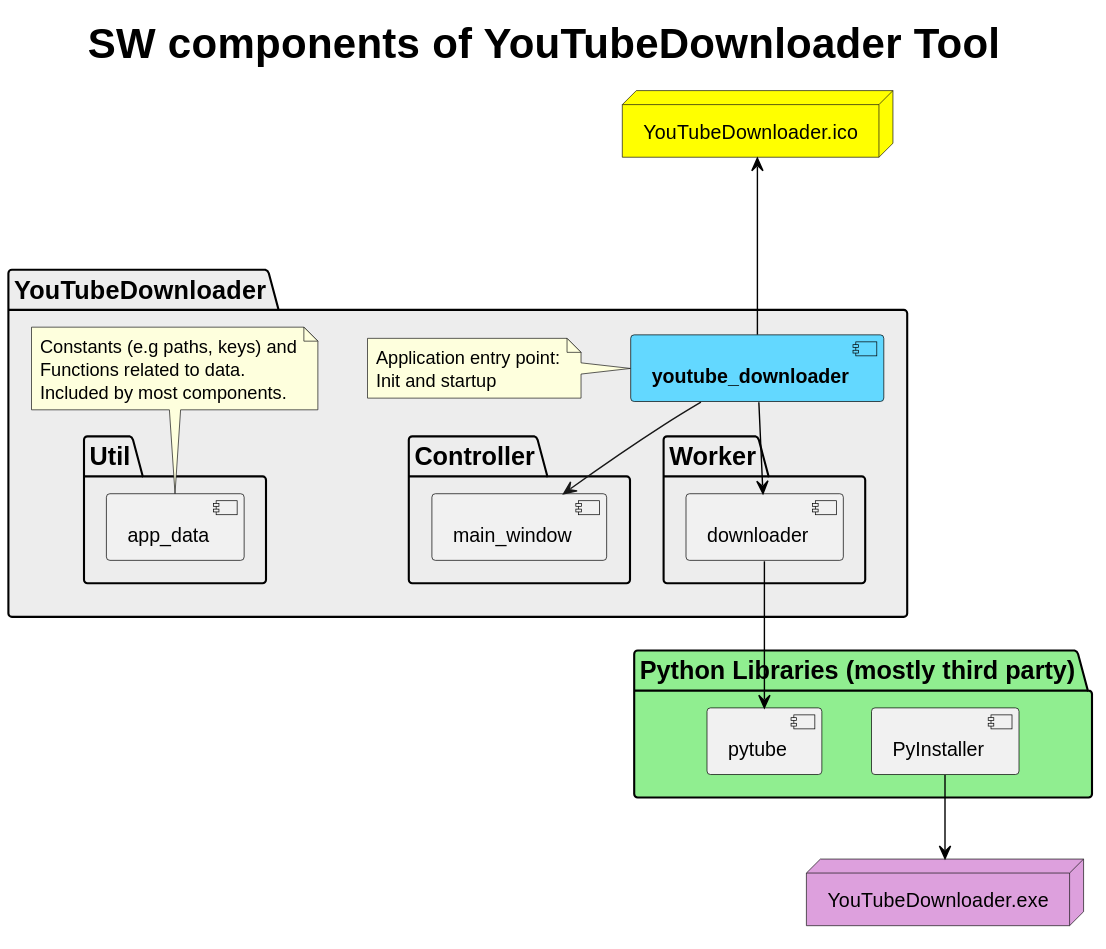
timounger/YouTubeDownloader keeps this PlantUML diagram as cdYouTubeDownloaderSWComponents.svg. Above is the earlier version.
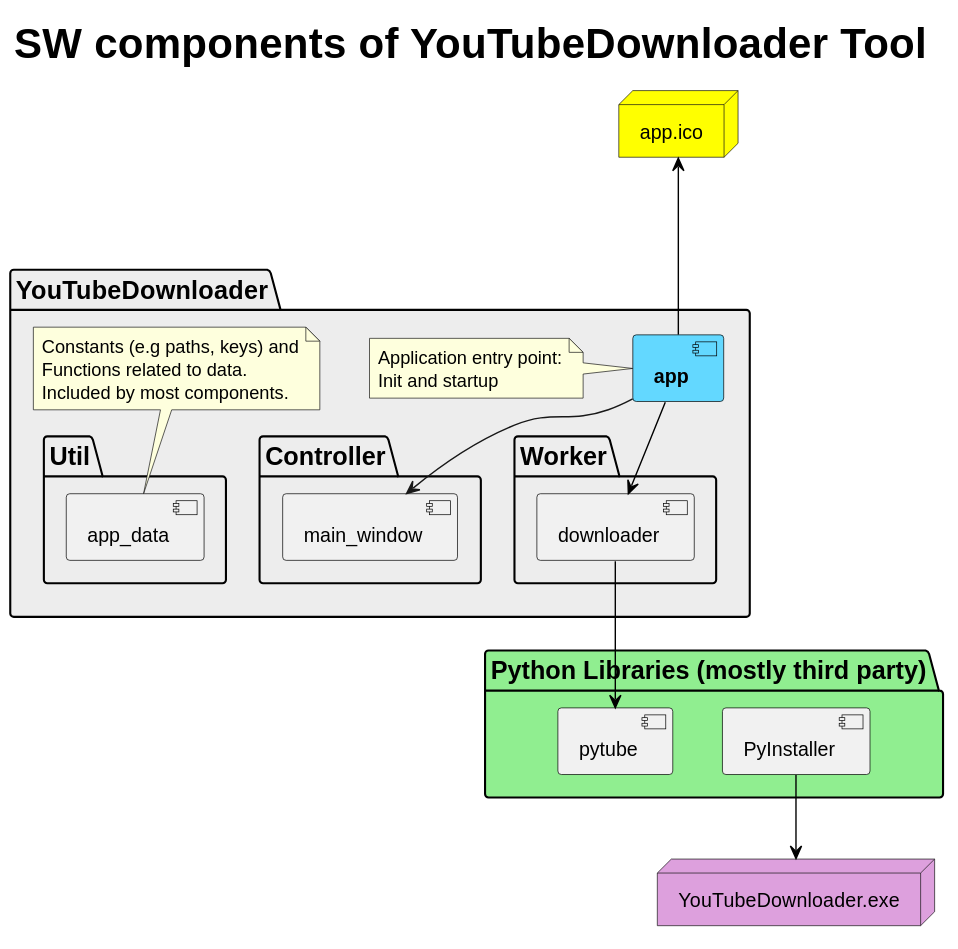
After the commit.

What changed in the source:
```diff
@@ -10,11 +10,11 @@
 
 title SW components of YouTubeDownloader Tool
 
-node "YouTubeDownloader.ico" as icon #yellow
+node "app.ico" as icon #yellow
 
 package "YouTubeDownloader" as YtDl #ededed {
-  component "**youtube_downloader**" as youtube_downloader #63d8ff
-  note left of youtube_downloader
+  component "**app**" as app #63d8ff
+  note left of app
     Application entry point:
     Init and startup
   end note
@@ -32,8 +32,8 @@
   package "Worker" {
     [downloader]
   }
-  [youtube_downloader] -d-> [main_window]
-  [youtube_downloader] -[#black]u--> icon
+  [app] -d-> [main_window]
+  [app] -[#black]u--> icon
 }
 
 node "YouTubeDownloader.exe" #plum
@@ -43,7 +43,7 @@
  [pytube]
 }
 
-[youtube_downloader] -[#black]-> [downloader]
+[app] -[#black]-> [downloader]
 [downloader] -[#black]-> [pytube]
 [PyInstaller] -[#black]d-> YouTubeDownloader.exe
 @enduml
```
